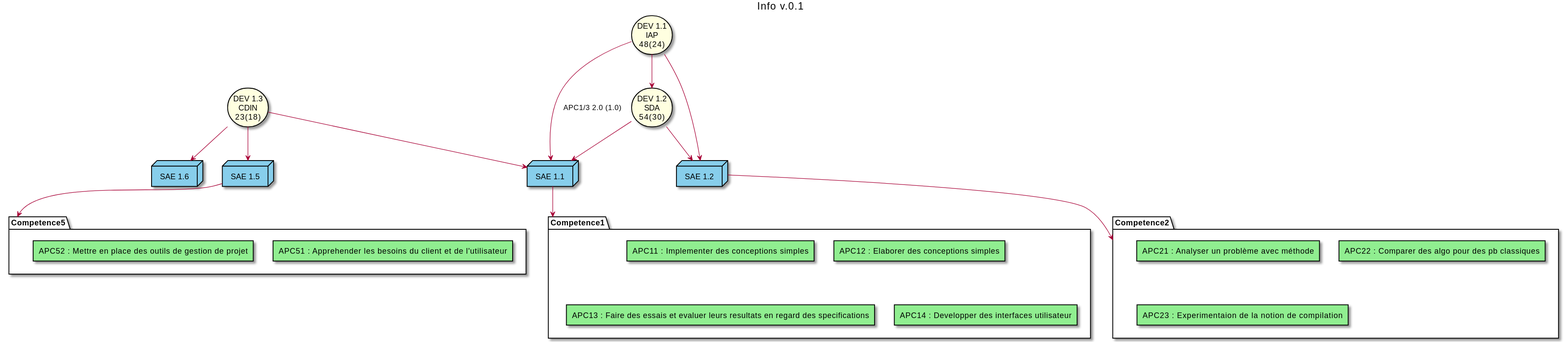
Earlier version of the PlantUML export butgraph.svg (IUT-Blagnac/BUT-PN2021).
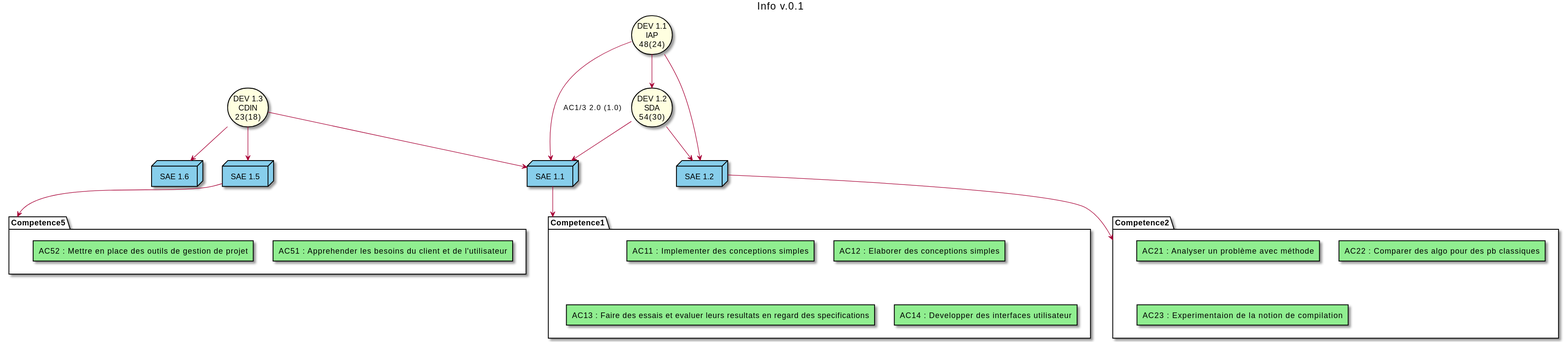
After the change.

What changed in the source:
```diff
@@ -14,7 +14,7 @@
 cdin --> sae16
 cdin --> sae15
 cdin --> sae11
-iap --> sae11 : APC1/3 2.0 (1.0)
+iap --> sae11 : AC1/3 2.0 (1.0)
 iap --> sae12
 sda --> sae11
 sda --> sae12
```
